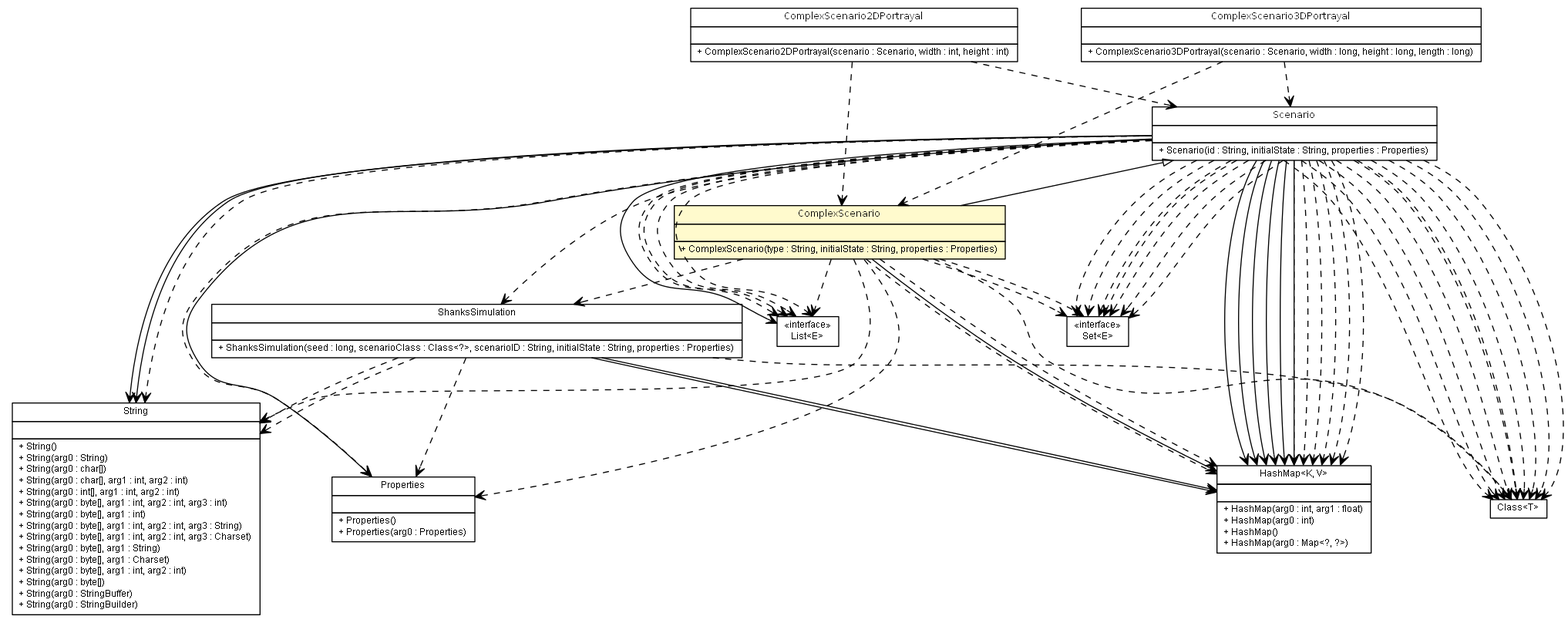
The Graphviz diagram apidocs/es/upm/dit/gsi/shanks/model/scenario/ComplexScenario.png in gsi-upm/Shanks, before a commit. Its source is kept beside it as apidocs/es/upm/dit/gsi/shanks/model/scenario/ComplexScenario.dot.
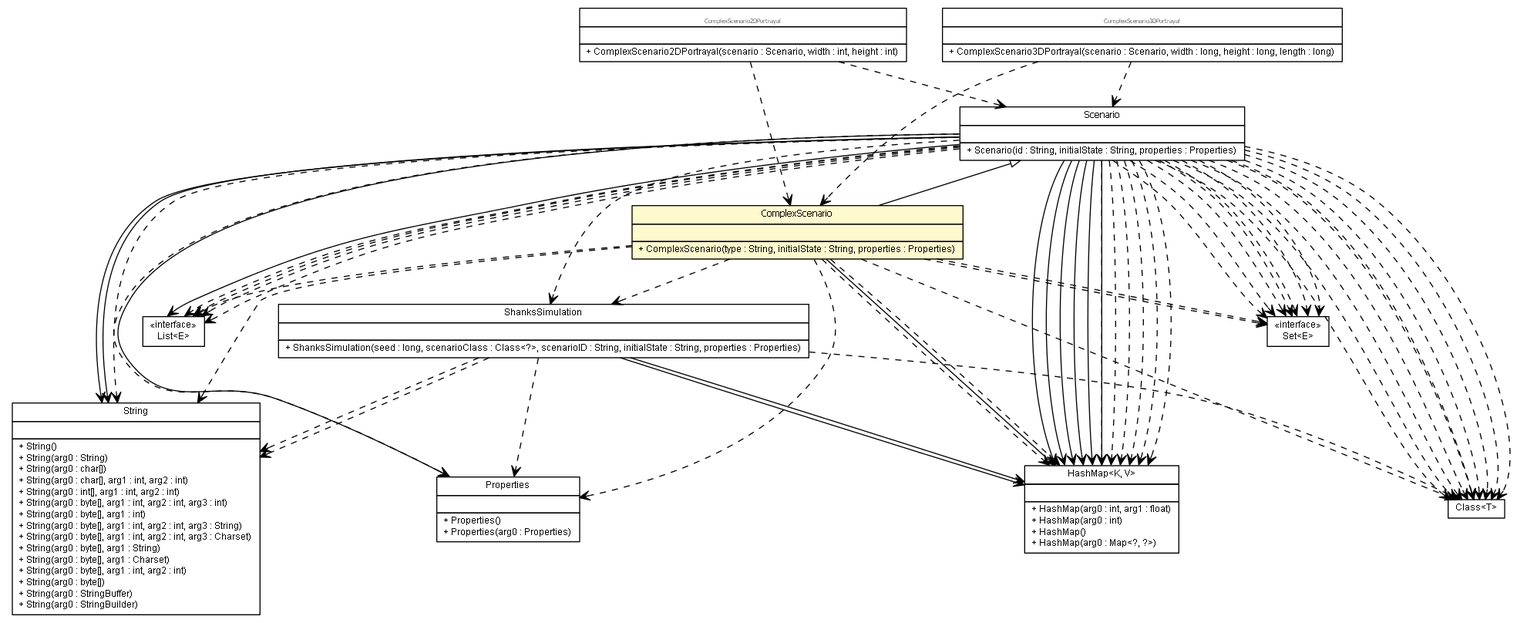
The same file after the commit.

Diff of the diagram source:
```diff
@@ -74,53 +74,53 @@
 	c6481:p -> c6485:p [taillabel="", label="", headlabel="", fontname="arial", fontcolor="black", fontsize=10.0, color="black", arrowhead=open];
 	c6481:p -> c6485:p [taillabel="", label="", headlabel="", fontname="arial", fontcolor="black", fontsize=10.0, color="black", arrowhead=open];
 	c6456:p -> c6486:p [taillabel="", label="", headlabel="", fontname="arial", fontcolor="black", fontsize=10.0, color="black", arrowhead=open, style=dashed];
+	c6456:p -> c6487:p [taillabel="", label="", headlabel="", fontname="arial", fontcolor="black", fontsize=10.0, color="black", arrowhead=open, style=dashed];
+	c6456:p -> c6482:p [taillabel="", label="", headlabel="", fontname="arial", fontcolor="black", fontsize=10.0, color="black", arrowhead=open, style=dashed];
+	c6456:p -> c6486:p [taillabel="", label="", headlabel="", fontname="arial", fontcolor="black", fontsize=10.0, color="black", arrowhead=open, style=dashed];
+	c6456:p -> c6487:p [taillabel="", label="", headlabel="", fontname="arial", fontcolor="black", fontsize=10.0, color="black", arrowhead=open, style=dashed];
 	c6456:p -> c6483:p [taillabel="", label="", headlabel="", fontname="arial", fontcolor="black", fontsize=10.0, color="black", arrowhead=open, style=dashed];
+	c6456:p -> c6485:p [taillabel="", label="", headlabel="", fontname="arial", fontcolor="black", fontsize=10.0, color="black", arrowhead=open, style=dashed];
 	c6456:p -> c6484:p [taillabel="", label="", headlabel="", fontname="arial", fontcolor="black", fontsize=10.0, color="black", arrowhead=open, style=dashed];
+	c6456:p -> c6487:p [taillabel="", label="", headlabel="", fontname="arial", fontcolor="black", fontsize=10.0, color="black", arrowhead=open, style=dashed];
+	c6456:p -> c6486:p [taillabel="", label="", headlabel="", fontname="arial", fontcolor="black", fontsize=10.0, color="black", arrowhead=open, style=dashed];
+	c6456:p -> c6486:p [taillabel="", label="", headlabel="", fontname="arial", fontcolor="black", fontsize=10.0, color="black", arrowhead=open, style=dashed];
+	c6456:p -> c6487:p [taillabel="", label="", headlabel="", fontname="arial", fontcolor="black", fontsize=10.0, color="black", arrowhead=open, style=dashed];
 	c6456:p -> c6485:p [taillabel="", label="", headlabel="", fontname="arial", fontcolor="black", fontsize=10.0, color="black", arrowhead=open, style=dashed];
 	c6456:p -> c6486:p [taillabel="", label="", headlabel="", fontname="arial", fontcolor="black", fontsize=10.0, color="black", arrowhead=open, style=dashed];
 	c6456:p -> c6485:p [taillabel="", label="", headlabel="", fontname="arial", fontcolor="black", fontsize=10.0, color="black", arrowhead=open, style=dashed];
-	c6456:p -> c6482:p [taillabel="", label="", headlabel="", fontname="arial", fontcolor="black", fontsize=10.0, color="black", arrowhead=open, style=dashed];
+	c6456:p -> c6486:p [taillabel="", label="", headlabel="", fontname="arial", fontcolor="black", fontsize=10.0, color="black", arrowhead=open, style=dashed];
 	c6456:p -> c6485:p [taillabel="", label="", headlabel="", fontname="arial", fontcolor="black", fontsize=10.0, color="black", arrowhead=open, style=dashed];
 	c6456:p -> c6486:p [taillabel="", label="", headlabel="", fontname="arial", fontcolor="black", fontsize=10.0, color="black", arrowhead=open, style=dashed];
-	c6456:p -> c6485:p [taillabel="", label="", headlabel="", fontname="arial", fontcolor="black", fontsize=10.0, color="black", arrowhead=open, style=dashed];
-	c6456:p -> c6487:p [taillabel="", label="", headlabel="", fontname="arial", fontcolor="black", fontsize=10.0, color="black", arrowhead=open, style=dashed];
-	c6456:p -> c6486:p [taillabel="", label="", headlabel="", fontname="arial", fontcolor="black", fontsize=10.0, color="black", arrowhead=open, style=dashed];
-	c6456:p -> c6487:p [taillabel="", label="", headlabel="", fontname="arial", fontcolor="black", fontsize=10.0, color="black", arrowhead=open, style=dashed];
-	c6456:p -> c6487:p [taillabel="", label="", headlabel="", fontname="arial", fontcolor="black", fontsize=10.0, color="black", arrowhead=open, style=dashed];
-	c6456:p -> c6487:p [taillabel="", label="", headlabel="", fontname="arial", fontcolor="black", fontsize=10.0, color="black", arrowhead=open, style=dashed];
 	c6456:p -> c6481:p [taillabel="", label="", headlabel="", fontname="arial", fontcolor="black", fontsize=10.0, color="black", arrowhead=open, style=dashed];
 	c6456:p -> c6485:p [taillabel="", label="", headlabel="", fontname="arial", fontcolor="black", fontsize=10.0, color="black", arrowhead=open, style=dashed];
-	c6456:p -> c6487:p [taillabel="", label="", headlabel="", fontname="arial", fontcolor="black", fontsize=10.0, color="black", arrowhead=open, style=dashed];
-	c6456:p -> c6487:p [taillabel="", label="", headlabel="", fontname="arial", fontcolor="black", fontsize=10.0, color="black", arrowhead=open, style=dashed];
-	c6456:p -> c6485:p [taillabel="", label="", headlabel="", fontname="arial", fontcolor="black", fontsize=10.0, color="black", arrowhead=open, style=dashed];
-	c6456:p -> c6486:p [taillabel="", label="", headlabel="", fontname="arial", fontcolor="black", fontsize=10.0, color="black", arrowhead=open, style=dashed];
-	c6456:p -> c6486:p [taillabel="", label="", headlabel="", fontname="arial", fontcolor="black", fontsize=10.0, color="black", arrowhead=open, style=dashed];
-	c6456:p -> c6487:p [taillabel="", label="", headlabel="", fontname="arial", fontcolor="black", fontsize=10.0, color="black", arrowhead=open, style=dashed];
 	c6456:p -> c6484:p [taillabel="", label="", headlabel="", fontname="arial", fontcolor="black", fontsize=10.0, color="black", arrowhead=open, style=dashed];
-	c6456:p -> c6484:p [taillabel="", label="", headlabel="", fontname="arial", fontcolor="black", fontsize=10.0, color="black", arrowhead=open, style=dashed];
-	c6456:p -> c6487:p [taillabel="", label="", headlabel="", fontname="arial", fontcolor="black", fontsize=10.0, color="black", arrowhead=open, style=dashed];
 	c6456:p -> c6487:p [taillabel="", label="", headlabel="", fontname="arial", fontcolor="black", fontsize=10.0, color="black", arrowhead=open, style=dashed];
 	c6456:p -> c6484:p [taillabel="", label="", headlabel="", fontname="arial", fontcolor="black", fontsize=10.0, color="black", arrowhead=open, style=dashed];
 	c6456:p -> c6486:p [taillabel="", label="", headlabel="", fontname="arial", fontcolor="black", fontsize=10.0, color="black", arrowhead=open, style=dashed];
 	c6456:p -> c6487:p [taillabel="", label="", headlabel="", fontname="arial", fontcolor="black", fontsize=10.0, color="black", arrowhead=open, style=dashed];
+	c6456:p -> c6486:p [taillabel="", label="", headlabel="", fontname="arial", fontcolor="black", fontsize=10.0, color="black", arrowhead=open, style=dashed];
+	c6456:p -> c6484:p [taillabel="", label="", headlabel="", fontname="arial", fontcolor="black", fontsize=10.0, color="black", arrowhead=open, style=dashed];
+	c6456:p -> c6487:p [taillabel="", label="", headlabel="", fontname="arial", fontcolor="black", fontsize=10.0, color="black", arrowhead=open, style=dashed];
+	c6456:p -> c6486:p [taillabel="", label="", headlabel="", fontname="arial", fontcolor="black", fontsize=10.0, color="black", arrowhead=open, style=dashed];
+	c6456:p -> c6485:p [taillabel="", label="", headlabel="", fontname="arial", fontcolor="black", fontsize=10.0, color="black", arrowhead=open, style=dashed];
+	c6457:p -> c6486:p [taillabel="", label="", headlabel="", fontname="arial", fontcolor="black", fontsize=10.0, color="black", arrowhead=open, style=dashed];
+	c6457:p -> c6481:p [taillabel="", label="", headlabel="", fontname="arial", fontcolor="black", fontsize=10.0, color="black", arrowhead=open, style=dashed];
+	c6457:p -> c6482:p [taillabel="", label="", headlabel="", fontname="arial", fontcolor="black", fontsize=10.0, color="black", arrowhead=open, style=dashed];
+	c6457:p -> c6485:p [taillabel="", label="", headlabel="", fontname="arial", fontcolor="black", fontsize=10.0, color="black", arrowhead=open, style=dashed];
+	c6457:p -> c6484:p [taillabel="", label="", headlabel="", fontname="arial", fontcolor="black", fontsize=10.0, color="black", arrowhead=open, style=dashed];
+	c6457:p -> c6487:p [taillabel="", label="", headlabel="", fontname="arial", fontcolor="black", fontsize=10.0, color="black", arrowhead=open, style=dashed];
+	c6457:p -> c6487:p [taillabel="", label="", headlabel="", fontname="arial", fontcolor="black", fontsize=10.0, color="black", arrowhead=open, style=dashed];
 	c6457:p -> c6485:p [taillabel="", label="", headlabel="", fontname="arial", fontcolor="black", fontsize=10.0, color="black", arrowhead=open, style=dashed];
 	c6457:p -> c6483:p [taillabel="", label="", headlabel="", fontname="arial", fontcolor="black", fontsize=10.0, color="black", arrowhead=open, style=dashed];
-	c6457:p -> c6487:p [taillabel="", label="", headlabel="", fontname="arial", fontcolor="black", fontsize=10.0, color="black", arrowhead=open, style=dashed];
-	c6457:p -> c6481:p [taillabel="", label="", headlabel="", fontname="arial", fontcolor="black", fontsize=10.0, color="black", arrowhead=open, style=dashed];
-	c6457:p -> c6482:p [taillabel="", label="", headlabel="", fontname="arial", fontcolor="black", fontsize=10.0, color="black", arrowhead=open, style=dashed];
-	c6457:p -> c6484:p [taillabel="", label="", headlabel="", fontname="arial", fontcolor="black", fontsize=10.0, color="black", arrowhead=open, style=dashed];
-	c6457:p -> c6485:p [taillabel="", label="", headlabel="", fontname="arial", fontcolor="black", fontsize=10.0, color="black", arrowhead=open, style=dashed];
-	c6457:p -> c6486:p [taillabel="", label="", headlabel="", fontname="arial", fontcolor="black", fontsize=10.0, color="black", arrowhead=open, style=dashed];
-	c6457:p -> c6486:p [taillabel="", label="", headlabel="", fontname="arial", fontcolor="black", fontsize=10.0, color="black", arrowhead=open, style=dashed];
+	c6467:p -> c6457:p [taillabel="", label="", headlabel="", fontname="arial", fontcolor="black", fontsize=10.0, color="black", arrowhead=open, style=dashed];
 	c6467:p -> c6456:p [taillabel="", label="", headlabel="", fontname="arial", fontcolor="black", fontsize=10.0, color="black", arrowhead=open, style=dashed];
-	c6467:p -> c6457:p [taillabel="", label="", headlabel="", fontname="arial", fontcolor="black", fontsize=10.0, color="black", arrowhead=open, style=dashed];
+	c6468:p -> c6457:p [taillabel="", label="", headlabel="", fontname="arial", fontcolor="black", fontsize=10.0, color="black", arrowhead=open, style=dashed];
 	c6468:p -> c6456:p [taillabel="", label="", headlabel="", fontname="arial", fontcolor="black", fontsize=10.0, color="black", arrowhead=open, style=dashed];
-	c6468:p -> c6457:p [taillabel="", label="", headlabel="", fontname="arial", fontcolor="black", fontsize=10.0, color="black", arrowhead=open, style=dashed];
+	c6481:p -> c6482:p [taillabel="", label="", headlabel="", fontname="arial", fontcolor="black", fontsize=10.0, color="black", arrowhead=open, style=dashed];
+	c6481:p -> c6486:p [taillabel="", label="", headlabel="", fontname="arial", fontcolor="black", fontsize=10.0, color="black", arrowhead=open, style=dashed];
 	c6481:p -> c6483:p [taillabel="", label="", headlabel="", fontname="arial", fontcolor="black", fontsize=10.0, color="black", arrowhead=open, style=dashed];
 	c6481:p -> c6482:p [taillabel="", label="", headlabel="", fontname="arial", fontcolor="black", fontsize=10.0, color="black", arrowhead=open, style=dashed];
-	c6481:p -> c6487:p [taillabel="", label="", headlabel="", fontname="arial", fontcolor="black", fontsize=10.0, color="black", arrowhead=open, style=dashed];
-	c6481:p -> c6482:p [taillabel="", label="", headlabel="", fontname="arial", fontcolor="black", fontsize=10.0, color="black", arrowhead=open, style=dashed];
-	c6487 [label=<<table title="java.lang.Class" border="0" cellborder="1" cellspacing="0" cellpadding="2" port="p" href="http://java.sun.com/j2se/1.4.2/docs/api/java/lang/Class.html">
+	c6486 [label=<<table title="java.lang.Class" border="0" cellborder="1" cellspacing="0" cellpadding="2" port="p" href="http://java.sun.com/j2se/1.4.2/docs/api/java/lang/Class.html">
 		<tr><td><table border="0" cellspacing="0" cellpadding="1">
 <tr><td align="center" balign="center"> Class&lt;T&gt; </td></tr>
 		</table></td></tr>
@@ -157,7 +157,7 @@
 <tr><td align="left" balign="left"> + HashMap(arg0 : Map&lt;?, ?&gt;) </td></tr>
 		</table></td></tr>
 		</table>>, fontname="arial", fontcolor="black", fontsize=9.0];
-	c6486 [label=<<table title="java.util.Set" border="0" cellborder="1" cellspacing="0" cellpadding="2" port="p" href="http://java.sun.com/j2se/1.4.2/docs/api/java/util/Set.html">
+	c6487 [label=<<table title="java.util.Set" border="0" cellborder="1" cellspacing="0" cellpadding="2" port="p" href="http://java.sun.com/j2se/1.4.2/docs/api/java/util/Set.html">
 		<tr><td><table border="0" cellspacing="0" cellpadding="1">
 <tr><td align="center" balign="center"> &#171;interface&#187; </td></tr>
 <tr><td align="center" balign="center"> Set&lt;E&gt; </td></tr>
```
